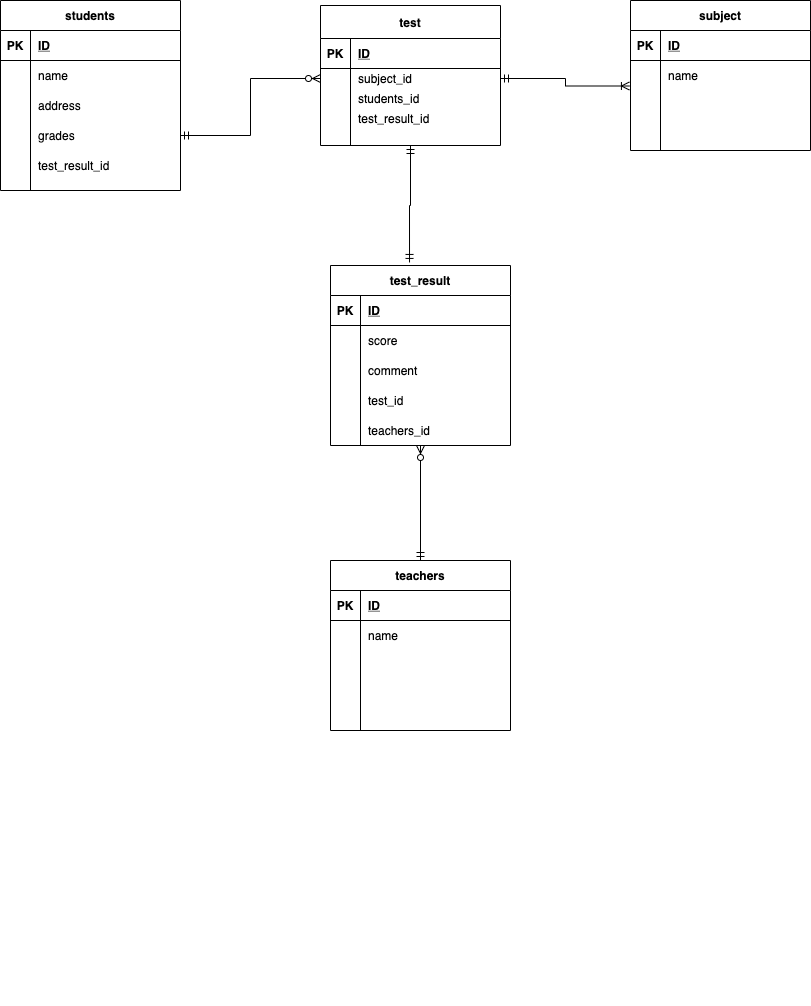
This is index..drawio.png from InoueMayu/coachtech-ER, a draw.io export, as it was before one commit. Source tidied: cells renumbered, new cells last; positions are measured from the earlier drawing's top-left corner, leaving out a move shared by most shapes.
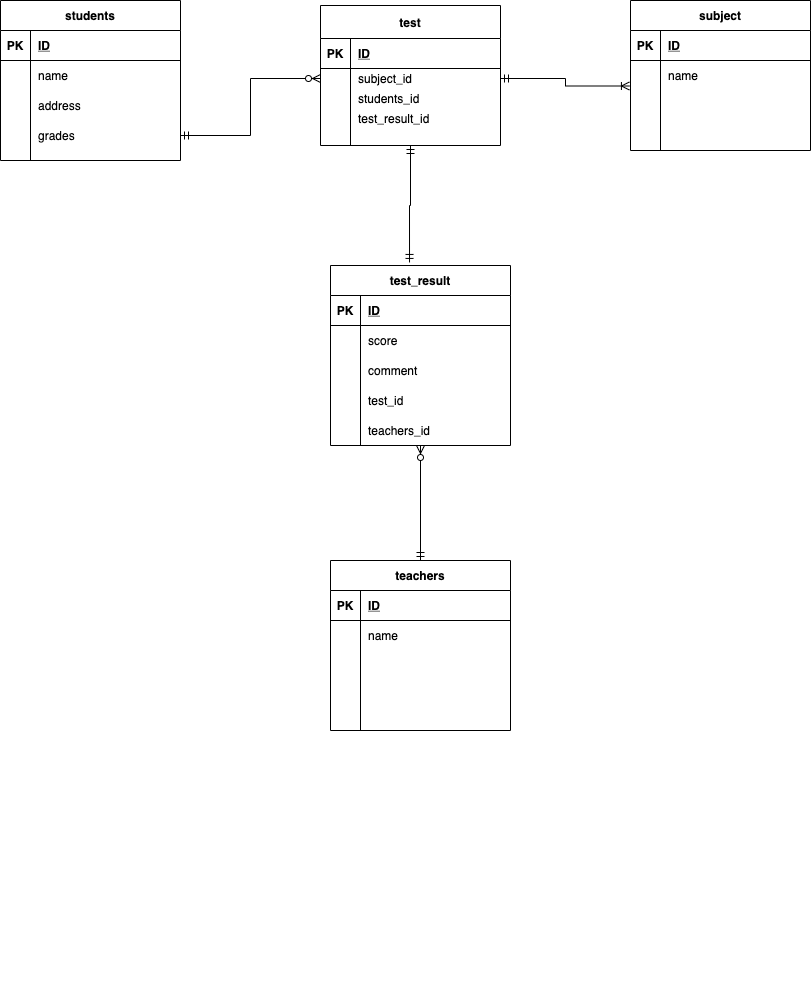
After the commit.

What changed in the source:
```diff
@@ -3,7 +3,7 @@
     <mxCell id="0" />
     <mxCell id="1" parent="0" />
     <mxCell id="2" value="students" style="shape=table;startSize=30;rowLines=0;fontStyle=1;align=center;" parent="1" vertex="1">
-      <mxGeometry width="180" height="190" as="geometry" />
+      <mxGeometry width="180" height="160" as="geometry" />
     </mxCell>
     <mxCell id="3" style="shape=partialRectangle;fillColor=none;top=0;left=0;bottom=1;right=0;" parent="2" vertex="1">
       <mxGeometry y="30" width="180" height="30" as="geometry" />
@@ -41,15 +41,6 @@
     <mxCell id="14" value="grades" style="shape=partialRectangle;fillColor=none;top=0;left=0;bottom=0;right=0;align=left;spacingLeft=6;overflow=hidden;" parent="12" vertex="1">
       <mxGeometry x="30" width="150" height="30" as="geometry" />
     </mxCell>
-    <mxCell id="15" style="shape=partialRectangle;fillColor=none;top=0;left=0;bottom=0;right=0;" parent="2" vertex="1">
-      <mxGeometry y="150" width="180" height="30" as="geometry" />
-    </mxCell>
-    <mxCell id="16" style="shape=partialRectangle;fillColor=none;top=0;left=0;bottom=0;right=0;overflow=hidden;" parent="15" vertex="1">
-      <mxGeometry width="30" height="30" as="geometry" />
-    </mxCell>
-    <mxCell id="17" value="test_result_id" style="shape=partialRectangle;fillColor=none;top=0;left=0;bottom=0;right=0;align=left;spacingLeft=6;overflow=hidden;" parent="15" vertex="1">
-      <mxGeometry x="30" width="150" height="30" as="geometry" />
-    </mxCell>
     <mxCell id="18" value="teachers" style="shape=table;startSize=30;rowLines=0;fontStyle=1;align=center;" parent="1" vertex="1">
       <mxGeometry x="330" y="560" width="180" height="170" as="geometry" />
     </mxCell>
```
